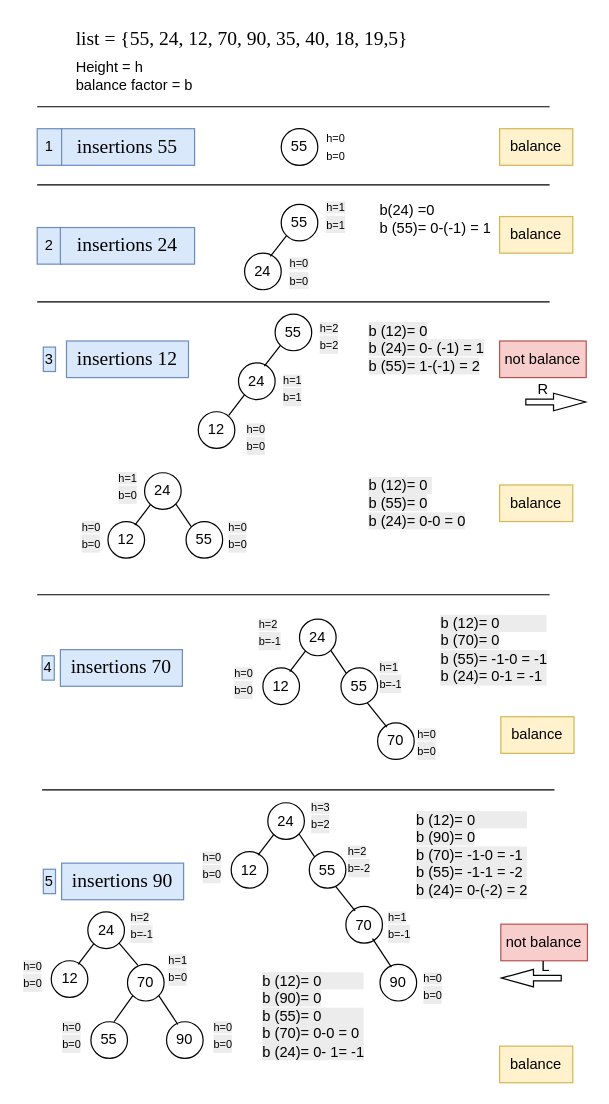
Before: page "Page-7" (7 of 8) of Untitled Diagram.drawio in FatimahAli313/Project_1, a draw.io diagram. Source tidied: cells renumbered, new cells numbered last; positions are measured from the earlier drawing's top-left corner, leaving out a move shared by most shapes. Both pictures are drawn from the tidied source at 122%, with x=0, y=0 at pixel (20, 21).
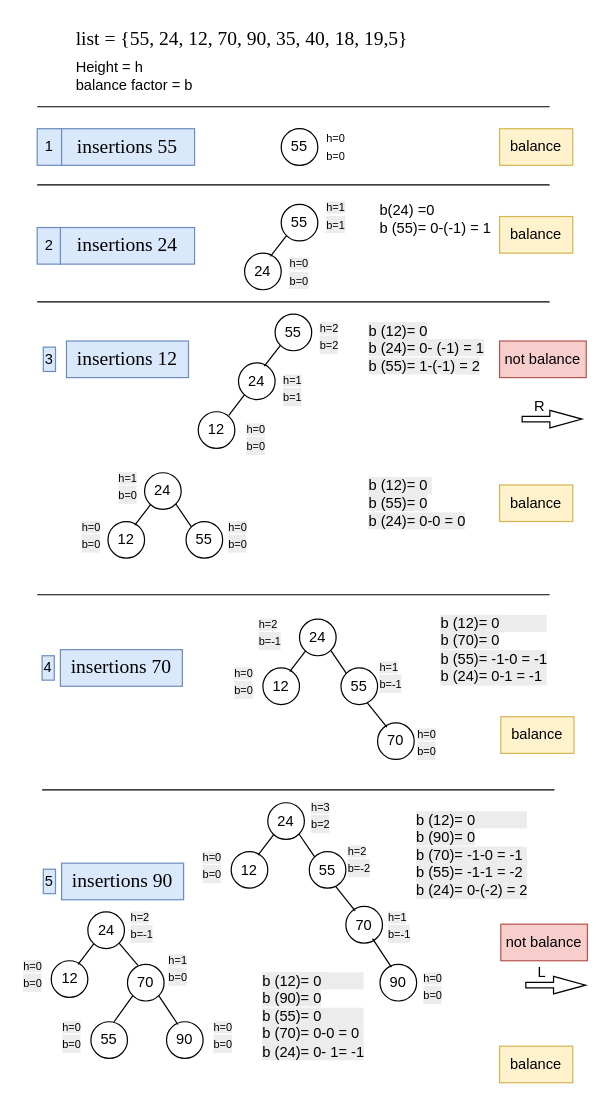
The same diagram, later.

Diff of the diagram source:
```diff
@@
     <mxCell id="30" value="R" style="text;html=1;whiteSpace=wrap;strokeColor=none;fillColor=none;align=center;verticalAlign=middle;rounded=0;" parent="1" vertex="1">
-      <mxGeometry x="419" y="292" width="20" height="20" as="geometry" />
+      <mxGeometry x="416" y="306" width="20" height="20" as="geometry" />
     </mxCell>
     <mxCell id="31" style="shape=flexArrow;endArrow=classic;html=1;rounded=0;endWidth=8.816326530612246;endSize=8.428571428571429;width=4.571428571428571;" parent="1" edge="1">
       <mxGeometry relative="1" as="geometry">
-        <mxPoint x="414" y="312" as="sourcePoint" />
-        <mxPoint x="464" y="312" as="targetPoint" />
+        <mxPoint x="411" y="326" as="sourcePoint" />
+        <mxPoint x="461" y="326" as="targetPoint" />
       </mxGeometry>
     </mxCell>
@@
-    <mxCell id="80" style="shape=flexArrow;endArrow=classic;html=1;rounded=0;endWidth=8.816326530612246;endSize=8.428571428571429;width=4.571428571428571;" parent="1" edge="1">
-      <mxGeometry relative="1" as="geometry">
-        <mxPoint x="444" y="784.2" as="sourcePoint" />
-        <mxPoint x="394" y="784.2" as="targetPoint" />
-      </mxGeometry>
-    </mxCell>
     <mxCell id="81" value="L" style="text;html=1;whiteSpace=wrap;strokeColor=none;fillColor=none;align=center;verticalAlign=middle;rounded=0;" parent="1" vertex="1">
-      <mxGeometry x="415.5" y="769.5" width="30" height="10" as="geometry" />
+      <mxGeometry x="412.5" y="774.5" width="30" height="10" as="geometry" />
     </mxCell>
@@
+    <mxCell id="98" style="shape=flexArrow;endArrow=classic;html=1;rounded=0;endWidth=8.816326530612246;endSize=8.428571428571429;width=4.571428571428571;" parent="1" edge="1">
+      <mxGeometry relative="1" as="geometry">
+        <mxPoint x="414" y="790" as="sourcePoint" />
+        <mxPoint x="464" y="790" as="targetPoint" />
+      </mxGeometry>
+    </mxCell>
```
